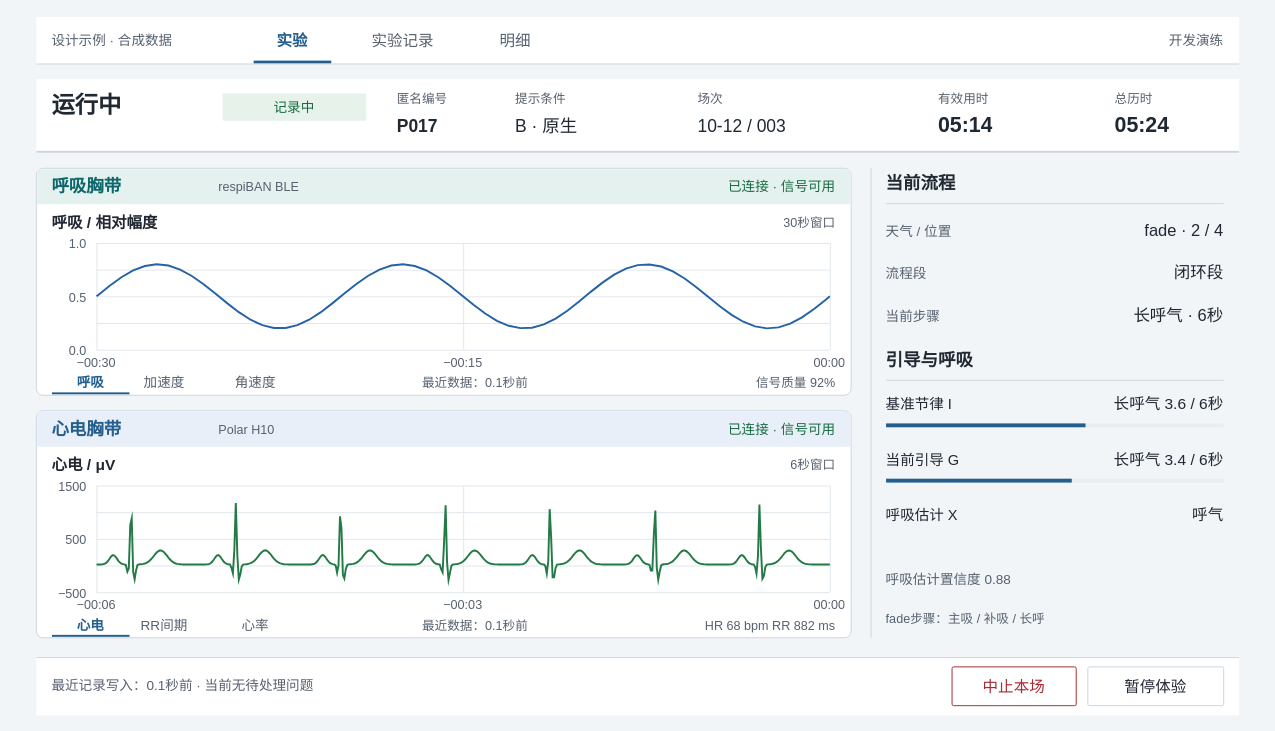
Before: page "04 实验运行" (4 of 12) of human/deliverables/t01-workbench-design-20261012/t01-workbench-redesign-final.drawio in JunyeFu/Emotional-Healing-System, a draw.io diagram. Source tidied: cells renumbered, new cells numbered last; positions are measured from the earlier drawing's top-left corner, leaving out a move shared by most shapes. Both pictures are drawn from the tidied source at 97%, with x=0, y=0 at pixel (16, 16).
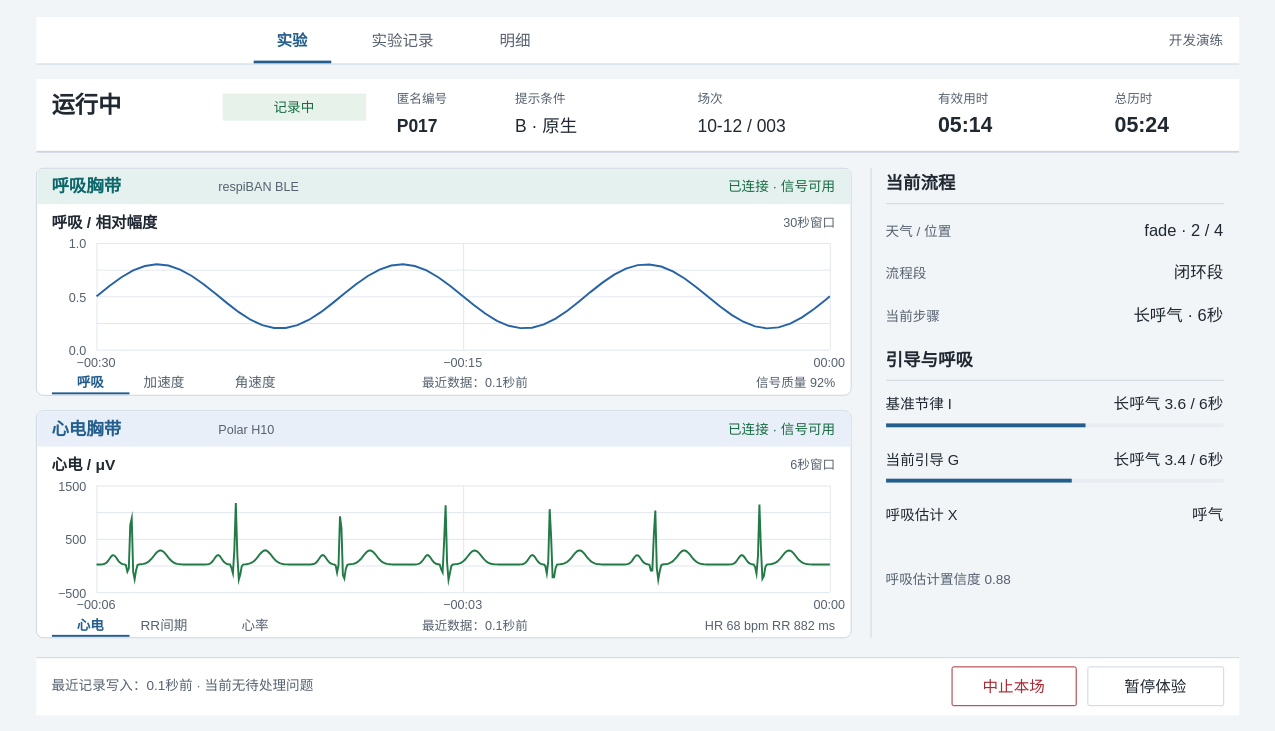
Above is the later version.

Diff of the diagram source:
```diff
@@
-    <mxCell id="4" value="设计示例 · 合成数据" style="text;html=0;strokeColor=none;fillColor=none;whiteSpace=wrap;overflow=hidden;fontFamily=Microsoft YaHei;fontSize=14;fontColor=#56616F;fontStyle=0;align=left;verticalAlign=middle;spacing=0;" parent="1" vertex="1">
-      <mxGeometry x="36" y="10" width="190" height="28" as="geometry" />
-    </mxCell>
@@
-    <mxCell id="105" value="fade步骤：主吸 / 补吸 / 长呼" style="text;html=0;strokeColor=none;fillColor=none;whiteSpace=wrap;overflow=hidden;fontFamily=Microsoft YaHei;fontSize=13;fontColor=#56616F;fontStyle=0;align=left;verticalAlign=middle;spacing=0;" parent="1" vertex="1">
-      <mxGeometry x="896" y="606" width="348" height="28" as="geometry" />
-    </mxCell>
```
